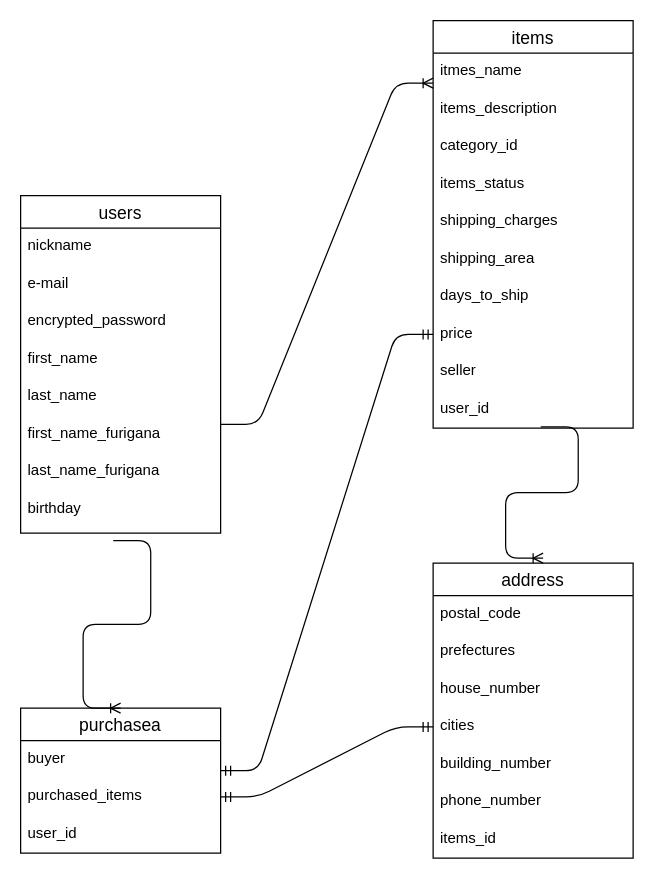
This is config/test.dio from NTD1995/furima-32323, a draw.io file, before an edit. Source tidied: cells renumbered, new cells numbered last; positions are measured from the earlier drawing's top-left corner, leaving out a move shared by most shapes. Both pictures are drawn from the tidied source at 125%, with x=0, y=0 at pixel (20, 20).
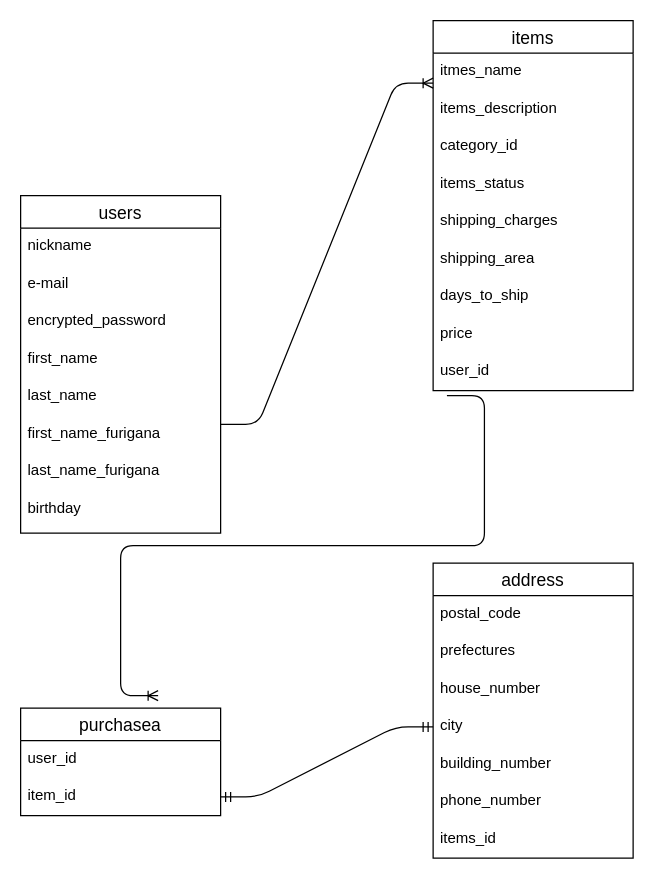
Above is the later version.

Commit message (it also covers changes not shown here):
ER図とREADMEの修正

The change refers to these unchanged cells:
```xml
<mxCell id="2" value="address" style="swimlane;fontStyle=0;horizontal=1;startSize=26;align=center;fontSize=14;" parent="1" vertex="1">
  <mxGeometry x="330" y="434" width="160" height="236" as="geometry" />
</mxCell>
<mxCell id="18" value="price" style="text;strokeColor=none;fillColor=none;spacingLeft=4;spacingRight=4;overflow=hidden;points=[[0,0.5],[1,0.5]];portConstraint=eastwest;fontSize=12;" parent="10" vertex="1">
  <mxGeometry y="236" width="160" height="30" as="geometry" />
</mxCell>
<mxCell id="34" value="birthday" style="text;strokeColor=none;fillColor=none;spacingLeft=4;spacingRight=4;overflow=hidden;points=[[0,0.5],[1,0.5]];portConstraint=eastwest;fontSize=12;" parent="26" vertex="1">
  <mxGeometry y="236" width="160" height="34" as="geometry" />
</mxCell>
```

The edit, as a diff of the source:
```diff
@@
-    <mxCell id="6" value="cities" style="text;strokeColor=none;fillColor=none;spacingLeft=4;spacingRight=4;overflow=hidden;points=[[0,0.5],[1,0.5]];portConstraint=eastwest;fontSize=12;" parent="2" vertex="1">
+    <mxCell id="6" value="city" style="text;strokeColor=none;fillColor=none;spacingLeft=4;spacingRight=4;overflow=hidden;points=[[0,0.5],[1,0.5]];portConstraint=eastwest;fontSize=12;" parent="2" vertex="1">
       <mxGeometry y="116" width="160" height="30" as="geometry" />
     </mxCell>
@@
     <mxCell id="10" value="items" style="swimlane;fontStyle=0;horizontal=1;startSize=26;align=center;fontSize=14;" parent="1" vertex="1">
-      <mxGeometry x="330" width="160" height="326" as="geometry" />
+      <mxGeometry x="330" width="160" height="296" as="geometry" />
     </mxCell>
@@
-    <mxCell id="19" value="seller" style="text;strokeColor=none;fillColor=none;spacingLeft=4;spacingRight=4;overflow=hidden;fontSize=12;" parent="10" vertex="1">
-      <mxGeometry y="266" width="160" height="30" as="geometry" />
-    </mxCell>
     <mxCell id="20" value="user_id" style="text;strokeColor=none;fillColor=none;spacingLeft=4;spacingRight=4;overflow=hidden;points=[[0,0.5],[1,0.5]];portConstraint=eastwest;fontSize=12;" parent="10" vertex="1">
-      <mxGeometry y="296" width="160" height="30" as="geometry" />
+      <mxGeometry y="266" width="160" height="30" as="geometry" />
     </mxCell>
     <mxCell id="21" value="purchasea" style="swimlane;fontStyle=0;horizontal=1;startSize=26;align=center;fontSize=14;" parent="1" vertex="1">
-      <mxGeometry y="550" width="160" height="116" as="geometry" />
+      <mxGeometry y="550" width="160" height="86" as="geometry" />
     </mxCell>
-    <mxCell id="22" value="buyer" style="text;strokeColor=none;fillColor=none;spacingLeft=4;spacingRight=4;overflow=hidden;fontSize=12;" parent="21" vertex="1">
-      <mxGeometry y="26" width="160" height="30" as="geometry" />
-    </mxCell>
-    <mxCell id="23" style="edgeStyle=entityRelationEdgeStyle;fontSize=12;html=1;endArrow=ERmandOne;startArrow=ERmandOne;entryX=0;entryY=0.5;entryDx=0;entryDy=0;" parent="21" edge="1" target="18">
-      <mxGeometry relative="1" as="geometry">
-        <mxPoint x="160" y="50" as="sourcePoint" />
-      </mxGeometry>
-    </mxCell>
-    <mxCell id="24" value="purchased_items" style="text;strokeColor=none;fillColor=none;spacingLeft=4;spacingRight=4;overflow=hidden;points=[[0,0.5],[1,0.5]];portConstraint=eastwest;fontSize=12;" parent="21" vertex="1">
-      <mxGeometry y="56" width="160" height="30" as="geometry" />
-    </mxCell>
     <mxCell id="25" value="user_id" style="text;strokeColor=none;fillColor=none;spacingLeft=4;spacingRight=4;overflow=hidden;fontSize=12;" parent="21" vertex="1">
-      <mxGeometry y="86" width="160" height="30" as="geometry" />
+      <mxGeometry y="26" width="160" height="30" as="geometry" />
     </mxCell>
+    <mxCell id="39" value="item_id" style="text;strokeColor=none;fillColor=none;spacingLeft=4;spacingRight=4;overflow=hidden;fontSize=12;" parent="21" vertex="1">
+      <mxGeometry y="56" width="160" height="30" as="geometry" />
+    </mxCell>
@@
-    <mxCell id="36" style="edgeStyle=entityRelationEdgeStyle;fontSize=12;html=1;endArrow=ERoneToMany;exitX=0.538;exitY=0.967;exitDx=0;exitDy=0;exitPerimeter=0;" parent="1" edge="1" source="20">
-      <mxGeometry relative="1" as="geometry">
-        <mxPoint x="418" y="430" as="targetPoint" />
-      </mxGeometry>
-    </mxCell>
-    <mxCell id="37" style="edgeStyle=entityRelationEdgeStyle;fontSize=12;html=1;endArrow=ERoneToMany;exitX=0.463;exitY=1.176;exitDx=0;exitDy=0;exitPerimeter=0;entryX=0.5;entryY=0;entryDx=0;entryDy=0;" parent="1" edge="1" source="34" target="21">
-      <mxGeometry relative="1" as="geometry" />
-    </mxCell>
-    <mxCell id="38" style="edgeStyle=entityRelationEdgeStyle;fontSize=12;html=1;endArrow=ERmandOne;startArrow=ERmandOne;exitX=1;exitY=0.5;exitDx=0;exitDy=0;entryX=0;entryY=0.5;entryDx=0;entryDy=0;" parent="1" edge="1" source="24" target="6">
-      <mxGeometry relative="1" as="geometry" />
+    <mxCell id="38" style="edgeStyle=entityRelationEdgeStyle;fontSize=12;html=1;endArrow=ERmandOne;startArrow=ERmandOne;exitX=1;exitY=0.5;exitDx=0;exitDy=0;entryX=0;entryY=0.5;entryDx=0;entryDy=0;" parent="1" edge="1" target="6">
+      <mxGeometry relative="1" as="geometry">
+        <mxPoint x="160" y="621" as="sourcePoint" />
+      </mxGeometry>
     </mxCell>
+    <mxCell id="40" style="edgeStyle=entityRelationEdgeStyle;fontSize=12;html=1;endArrow=ERoneToMany;exitX=0.069;exitY=1.133;exitDx=0;exitDy=0;exitPerimeter=0;" parent="1" edge="1" source="20">
+      <mxGeometry relative="1" as="geometry">
+        <mxPoint x="110" y="540" as="targetPoint" />
+      </mxGeometry>
+    </mxCell>
```
